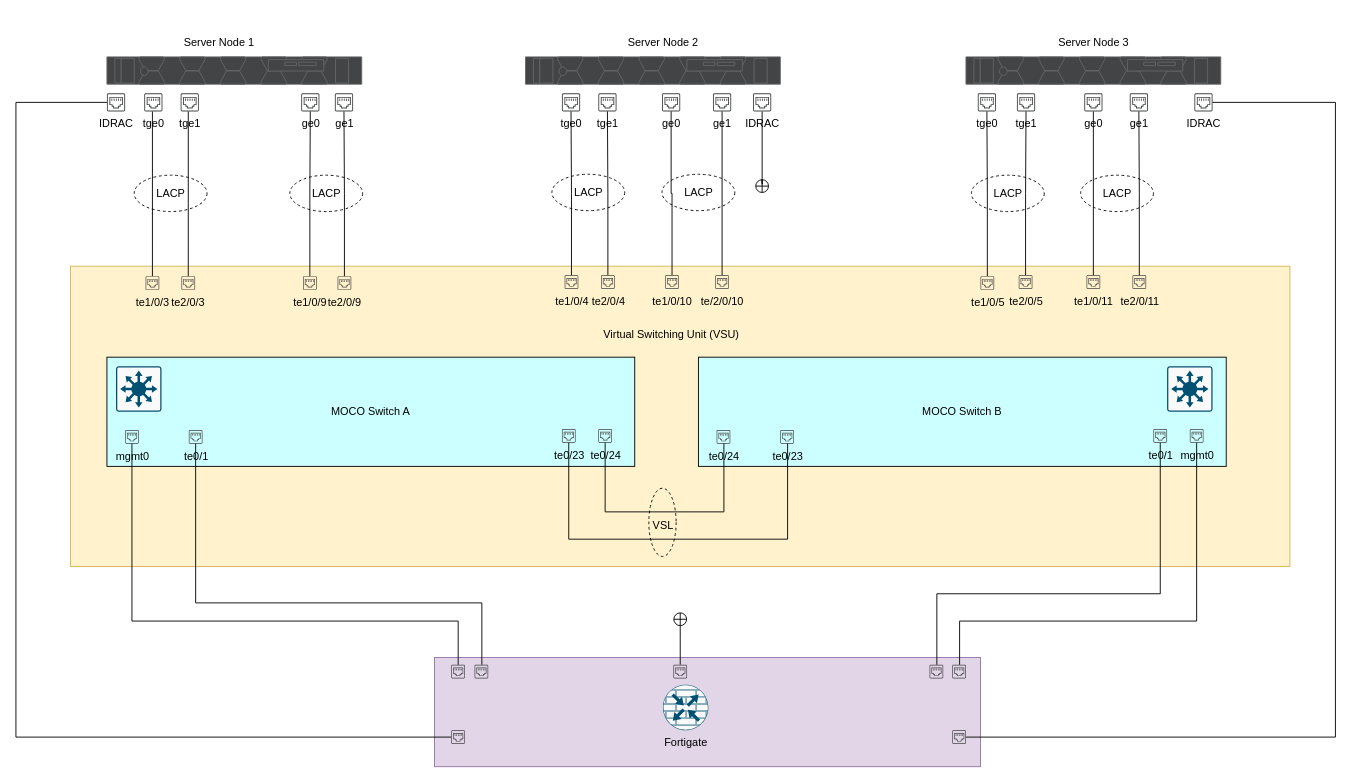
Earlier version of the draw.io diagram NetworkDiagram.drawio (aadarshadhakalg/aadarshadhakalg). Source tidied: cells renumbered, new cells numbered last; positions are measured from the earlier drawing's top-left corner, leaving out a move shared by most shapes. Both pictures are drawn from the tidied source at 91%, with x=0, y=0 at pixel (15, 29).
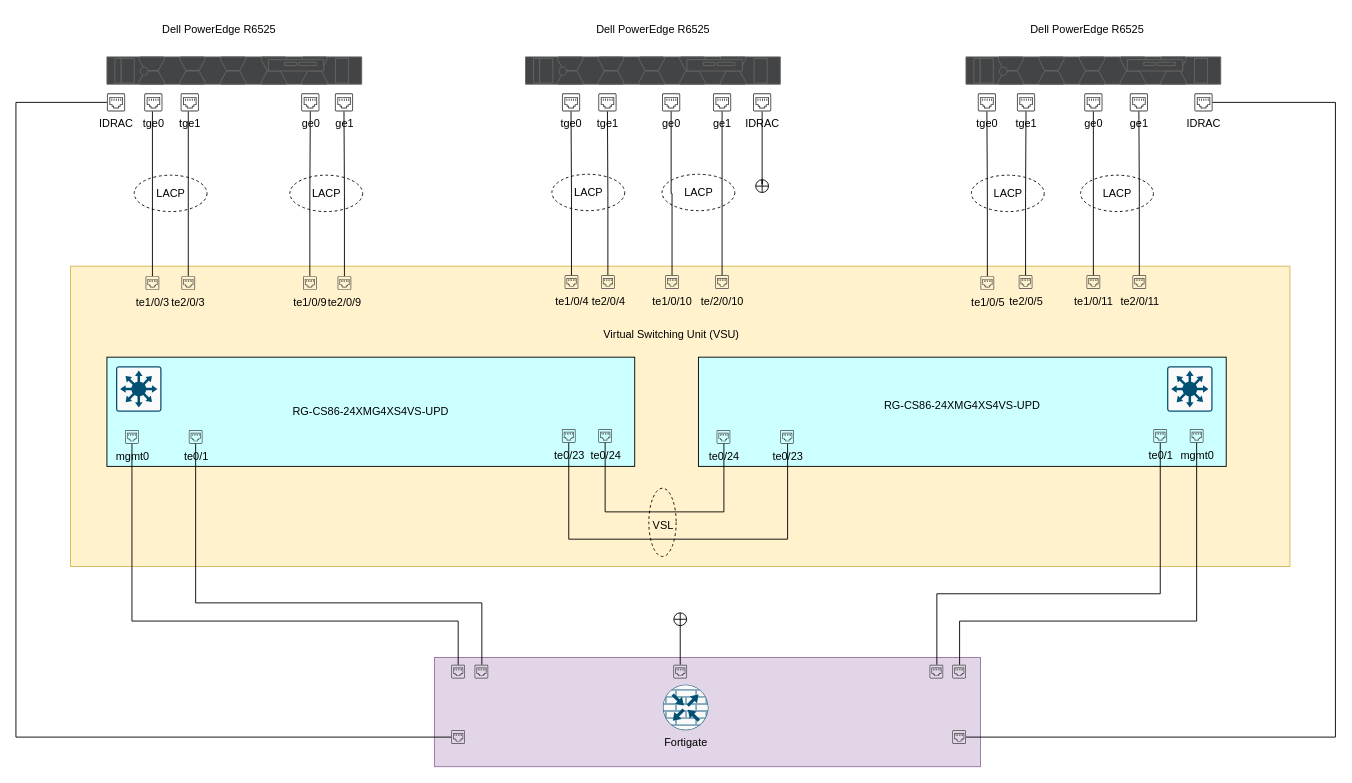
The same page after the edit.

What changed in the source:
```diff
@@
-    <mxCell id="4" value="MOCO Switch A" style="rounded=0;whiteSpace=wrap;html=1;fillColor=#CCFFFF;" parent="1" vertex="1">
+    <mxCell id="4" value="RG-CS86-24XMG4XS4VS-UPD" style="rounded=0;whiteSpace=wrap;html=1;fillColor=#CCFFFF;" parent="1" vertex="1">
       <mxGeometry x="100" y="360" width="580" height="120" as="geometry" />
     </mxCell>
@@
-    <mxCell id="17" value="MOCO Switch B" style="rounded=0;whiteSpace=wrap;html=1;fillColor=#CCFFFF;" parent="1" vertex="1">
+    <mxCell id="17" value="RG-CS86-24XMG4XS4VS-UPD&lt;div&gt;&lt;br&gt;&lt;/div&gt;" style="rounded=0;whiteSpace=wrap;html=1;fillColor=#CCFFFF;" parent="1" vertex="1">
       <mxGeometry x="750" y="360" width="580" height="120" as="geometry" />
     </mxCell>
@@
-    <mxCell id="42" value="Server Node 1" style="text;html=1;align=center;verticalAlign=middle;strokeColor=none;fillColor=none;fontFamily=Helvetica;fontSize=12;fontColor=default;" parent="1" vertex="1">
-      <mxGeometry x="173" width="100" height="30" as="geometry" />
+    <mxCell id="42" value="&lt;div&gt;&lt;br&gt;&lt;/div&gt;" style="text;html=1;align=center;verticalAlign=middle;strokeColor=none;fillColor=none;fontFamily=Helvetica;fontSize=12;fontColor=default;" parent="1" vertex="1">
+      <mxGeometry x="213" width="20" height="30" as="geometry" />
     </mxCell>
-    <mxCell id="43" value="Server Node 2" style="text;html=1;align=center;verticalAlign=middle;strokeColor=none;fillColor=none;fontFamily=Helvetica;fontSize=12;fontColor=default;" parent="1" vertex="1">
-      <mxGeometry x="661" width="100" height="30" as="geometry" />
-    </mxCell>
-    <mxCell id="44" value="Server Node 3" style="text;html=1;align=center;verticalAlign=middle;strokeColor=none;fillColor=none;fontFamily=Helvetica;fontSize=12;fontColor=default;" parent="1" vertex="1">
-      <mxGeometry x="1134" width="100" height="30" as="geometry" />
-    </mxCell>
@@
+    <mxCell id="100" value="&lt;div&gt;Dell PowerEdge R6525&lt;/div&gt;" style="text;html=1;align=center;verticalAlign=middle;strokeColor=none;fillColor=none;" parent="1" vertex="1">
+      <mxGeometry x="148" y="-15" width="150" height="30" as="geometry" />
+    </mxCell>
+    <mxCell id="101" value="&lt;div&gt;Dell PowerEdge R6525&lt;/div&gt;" style="text;html=1;align=center;verticalAlign=middle;strokeColor=none;fillColor=none;" parent="1" vertex="1">
+      <mxGeometry x="625" y="-15" width="150" height="30" as="geometry" />
+    </mxCell>
+    <mxCell id="102" value="&lt;div&gt;Dell PowerEdge R6525&lt;/div&gt;" style="text;html=1;align=center;verticalAlign=middle;strokeColor=none;fillColor=none;" parent="1" vertex="1">
+      <mxGeometry x="1102" y="-15" width="150" height="30" as="geometry" />
+    </mxCell>
```
